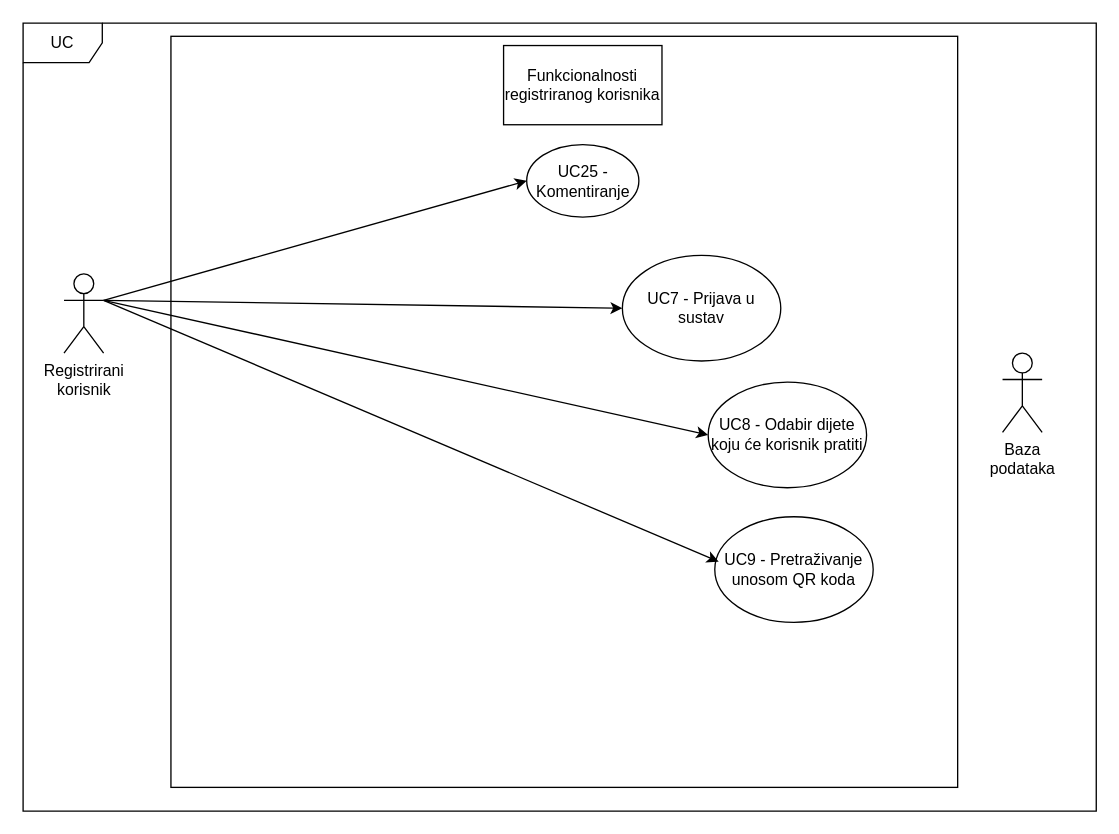
Earlier version of the draw.io diagram Dokumentacija/Dijagrami/DijagramObrazacaUporabeRegistriranogKorisnika.drawio (glatkobrasno/wall-e-zohari). Source tidied: cells renumbered, new cells numbered last; positions are measured from the earlier drawing's top-left corner, leaving out a move shared by most shapes. Both pictures are drawn from the tidied source at 132%, with x=0, y=0 at pixel (22, 22).
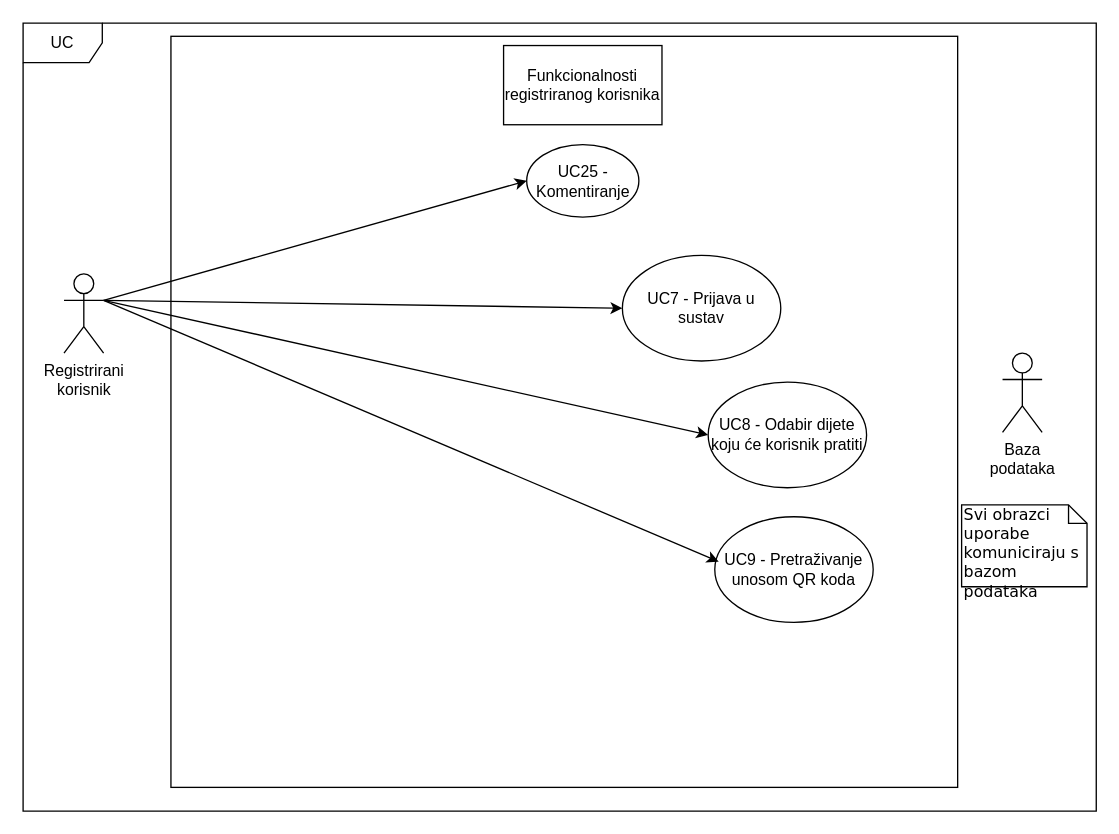
The same page after the edit.

Diff of the diagram source:
```diff
@@
 <mxGraphModel>
   <root>
     <mxCell id="0" />
     <mxCell id="1" parent="0" />
     <mxCell id="2" style="html=1;whiteSpace=wrap;" parent="1" vertex="1">
       <mxGeometry x="112" y="10" width="596" height="569" as="geometry" />
     </mxCell>
     <mxCell id="3" value="Registrirani&lt;br&gt;korisnik" style="shape=umlActor;verticalLabelPosition=bottom;verticalAlign=top;html=1;outlineConnect=0;labelBackgroundColor=none;rounded=0;" parent="1" vertex="1">
       <mxGeometry x="31" y="190" width="30" height="60" as="geometry" />
     </mxCell>
     <mxCell id="4" value="Baza&lt;br&gt;podataka" style="shape=umlActor;verticalLabelPosition=bottom;verticalAlign=top;html=1;" parent="1" vertex="1">
       <mxGeometry x="742" y="250" width="30" height="60" as="geometry" />
     </mxCell>
     <mxCell id="5" value="UC" style="shape=umlFrame;whiteSpace=wrap;html=1;" parent="1" vertex="1">
       <mxGeometry width="813" height="597" as="geometry" />
     </mxCell>
     <mxCell id="6" value="Funkcionalnosti registriranog korisnika" style="rounded=0;whiteSpace=wrap;html=1;" parent="1" vertex="1">
       <mxGeometry x="364" y="17" width="120" height="60" as="geometry" />
     </mxCell>
     <mxCell id="7" value="UC7 - Prijava u sustav" style="ellipse;whiteSpace=wrap;html=1;" parent="1" vertex="1">
       <mxGeometry x="454" y="176" width="120" height="80" as="geometry" />
     </mxCell>
     <mxCell id="8" style="endArrow=classic;html=1;exitX=1;exitY=0.3333333333333333;exitDx=0;exitDy=0;exitPerimeter=0;entryX=0;entryY=0.5;entryDx=0;entryDy=0;" parent="1" edge="1" source="3" target="7">
       <mxGeometry relative="1" as="geometry" />
     </mxCell>
     <mxCell id="9" value="UC25 - Komentiranje" style="ellipse;whiteSpace=wrap;html=1;" parent="1" vertex="1">
       <mxGeometry x="381.5" y="92" width="85" height="55" as="geometry" />
     </mxCell>
     <mxCell id="10" style="endArrow=classic;html=1;exitX=1;exitY=0.3333333333333333;exitDx=0;exitDy=0;exitPerimeter=0;entryX=0;entryY=0.5;entryDx=0;entryDy=0;" parent="1" edge="1" source="3" target="9">
       <mxGeometry relative="1" as="geometry" />
     </mxCell>
     <mxCell id="11" value="UC8 - Odabir dijete koju će korisnik pratiti" style="ellipse;whiteSpace=wrap;html=1;" parent="1" vertex="1">
       <mxGeometry x="519" y="272" width="120" height="80" as="geometry" />
     </mxCell>
     <mxCell id="12" style="endArrow=classic;html=1;rounded=0;exitX=1;exitY=0.3333333333333333;exitDx=0;exitDy=0;exitPerimeter=0;entryX=0;entryY=0.5;entryDx=0;entryDy=0;" parent="1" edge="1" source="3" target="11">
       <mxGeometry relative="1" as="geometry" />
     </mxCell>
     <mxCell id="13" value="UC9 - Pretraživanje unosom QR koda" style="ellipse;whiteSpace=wrap;html=1;" parent="1" vertex="1">
       <mxGeometry x="524" y="374" width="120" height="80" as="geometry" />
     </mxCell>
     <mxCell id="14" style="endArrow=classic;html=1;rounded=0;exitX=1;exitY=0.3333333333333333;exitDx=0;exitDy=0;exitPerimeter=0;entryX=0.025;entryY=0.425;entryDx=0;entryDy=0;entryPerimeter=0;" parent="1" edge="1" source="3" target="13">
       <mxGeometry relative="1" as="geometry" />
     </mxCell>
+    <mxCell id="15" value="Svi obrazci uporabe komuniciraju s bazom podataka" style="shape=note;whiteSpace=wrap;html=1;size=14;verticalAlign=top;align=left;spacingTop=-6;rounded=0;shadow=0;comic=0;labelBackgroundColor=none;strokeWidth=1;fontFamily=Verdana;fontSize=12;" parent="1" vertex="1">
+      <mxGeometry x="711" y="365" width="95" height="62" as="geometry" />
+    </mxCell>
   </root>
 </mxGraphModel>
```
